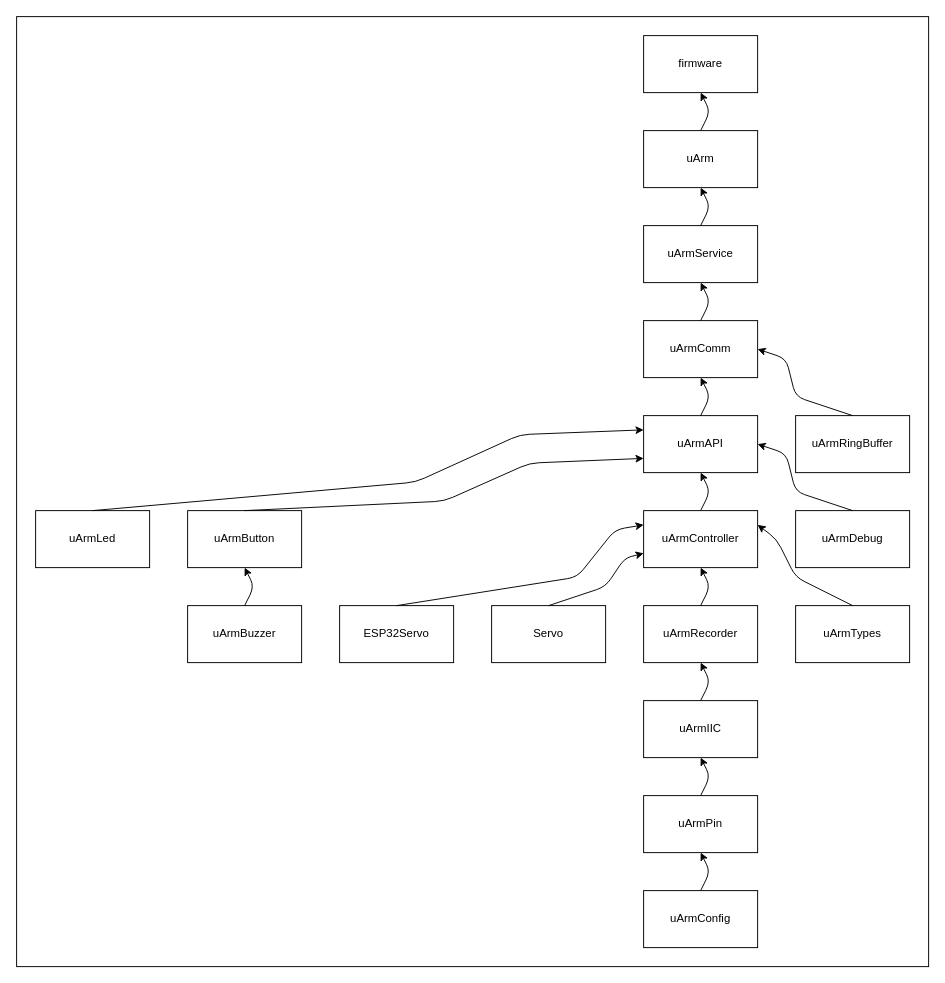
Before: page "uArm_firmware_full" (2 of 2) of documentation/doc/uARM.drawio in abstractguy/TSO_project, a draw.io diagram. Source tidied: cells renumbered, new cells numbered last; positions are measured from the earlier drawing's top-left corner, leaving out a move shared by most shapes. Both pictures are drawn from the tidied source at 95%, with x=0, y=0 at pixel (16, 16).
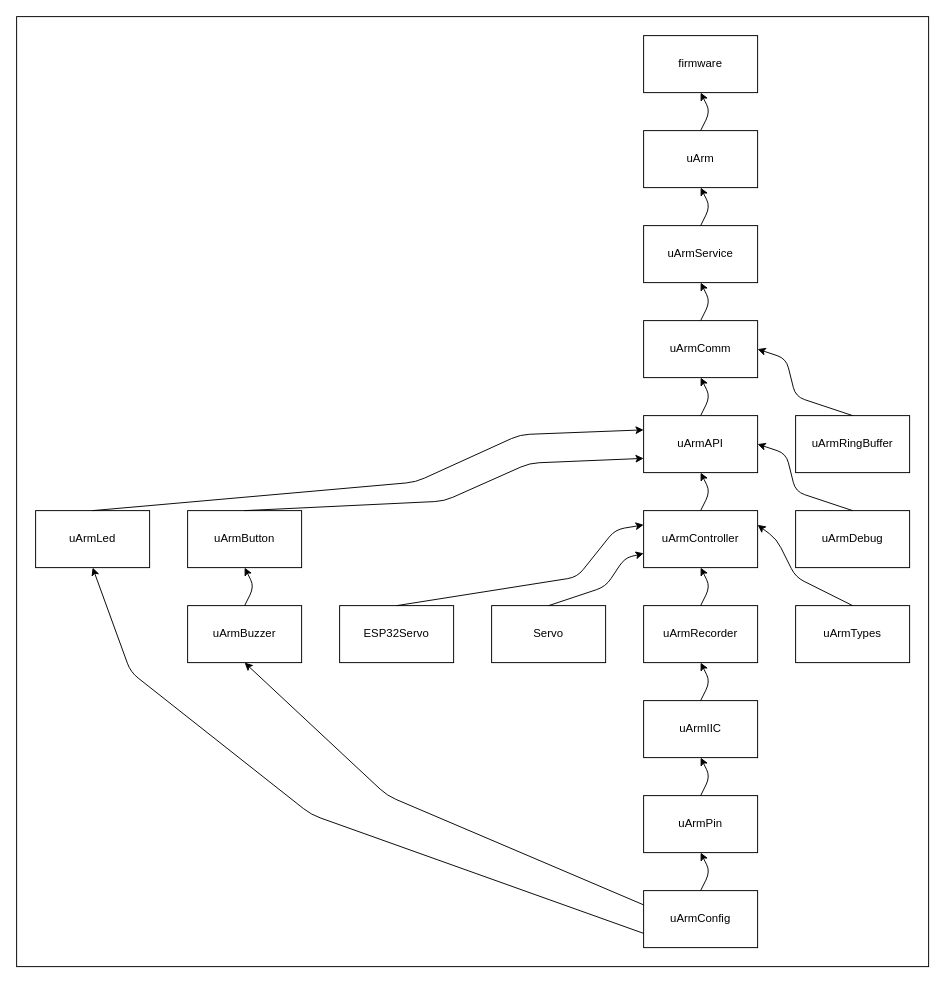
Above is the later version.

Commit message (it also covers changes not shown here):
Added firmware architecture diagrams.

The change refers to these unchanged cells:
```xml
<mxCell id="6" value="uArmConfig" style="rounded=0;whiteSpace=wrap;html=1;" parent="1" vertex="1">
  <mxGeometry x="660" y="920" width="120" height="60" as="geometry" />
</mxCell>
<mxCell id="22" value="&lt;div&gt;uArmLed&lt;/div&gt;" style="rounded=0;whiteSpace=wrap;html=1;" parent="1" vertex="1">
  <mxGeometry x="20" y="520" width="120" height="60" as="geometry" />
</mxCell>
<mxCell id="23" value="&lt;div&gt;uArmBuzzer&lt;/div&gt;" style="rounded=0;whiteSpace=wrap;html=1;" parent="1" vertex="1">
  <mxGeometry x="180" y="620" width="120" height="60" as="geometry" />
</mxCell>
```

Diff of the diagram source:
```diff
@@
+    <mxCell id="38" style="endArrow=classic;html=1;entryX=0.5;entryY=1;entryDx=0;entryDy=0;exitX=0;exitY=0.25;exitDx=0;exitDy=0;" parent="1" edge="1" source="6" target="23">
+      <mxGeometry relative="1" as="geometry">
+        <Array as="points">
+          <mxPoint x="390" y="820" />
+        </Array>
+      </mxGeometry>
+    </mxCell>
+    <mxCell id="39" style="endArrow=classic;html=1;entryX=0.5;entryY=1;entryDx=0;entryDy=0;exitX=0;exitY=0.75;exitDx=0;exitDy=0;" parent="1" edge="1" source="6" target="22">
+      <mxGeometry relative="1" as="geometry">
+        <Array as="points">
+          <mxPoint x="310" y="840" />
+          <mxPoint x="120" y="690" />
+        </Array>
+      </mxGeometry>
+    </mxCell>
```
